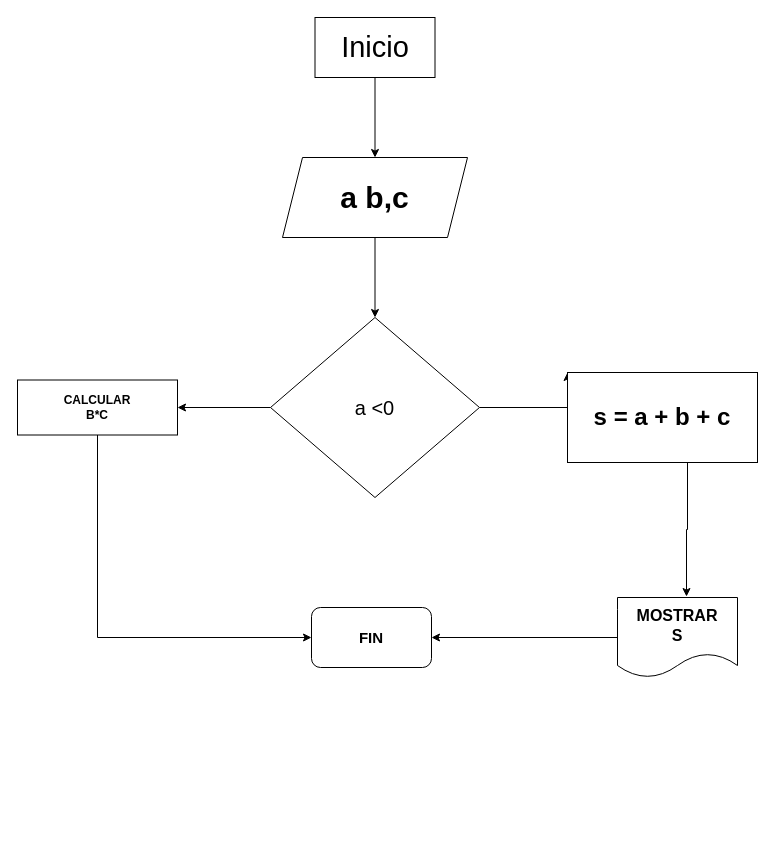
The draw.io diagram Untitled Diagram.drawio in Mateozzzz/Flowcharts-sena-, before the edit. Source tidied: cells renumbered, new cells numbered last; positions are measured from the earlier drawing's top-left corner, leaving out a move shared by most shapes. Both pictures are drawn from the tidied source at 100%, with x=0, y=0 at pixel (17, 17).
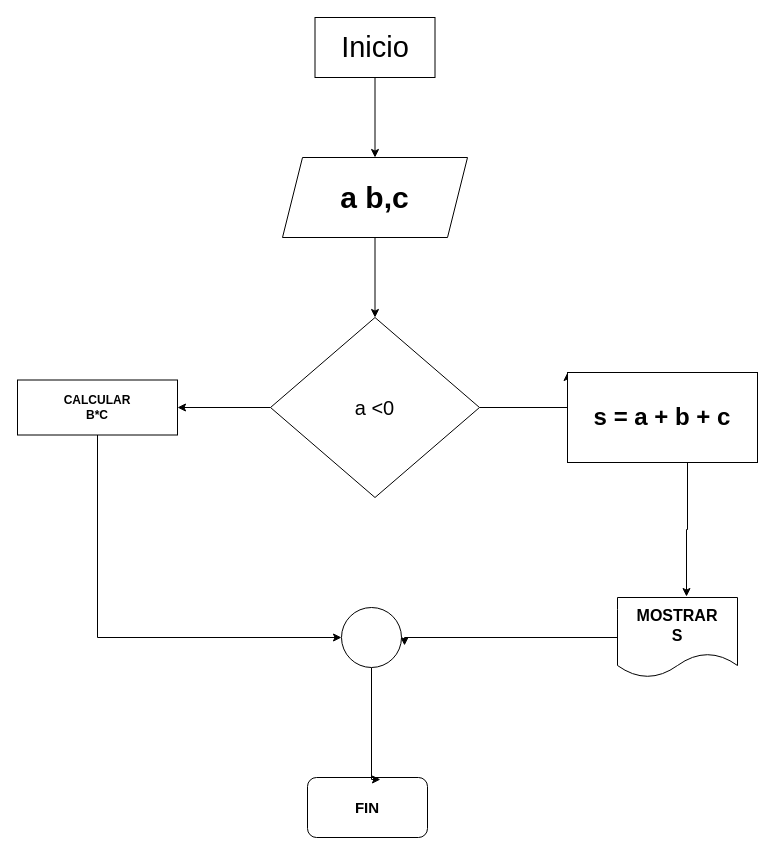
After the change.

Unchanged cells that the change refers to:
```xml
<mxCell id="12" value="&lt;div&gt;&lt;b&gt;CALCULAR&lt;/b&gt;&lt;/div&gt;&lt;div&gt;&lt;b&gt;B*C&lt;br&gt;&lt;/b&gt;&lt;/div&gt;" style="whiteSpace=wrap;html=1;rounded=0;" parent="1" vertex="1">
  <mxGeometry y="362.5" width="160" height="55" as="geometry" />
</mxCell>
<mxCell id="15" value="&lt;div style=&quot;font-size: 16px;&quot;&gt;&lt;font style=&quot;font-size: 16px;&quot;&gt;&lt;b&gt;MOSTRAR &lt;br&gt;&lt;/b&gt;&lt;/font&gt;&lt;/div&gt;&lt;div style=&quot;font-size: 16px;&quot;&gt;&lt;font style=&quot;font-size: 16px;&quot;&gt;&lt;b&gt;&lt;font style=&quot;font-size: 16px;&quot;&gt;S&lt;/font&gt;&lt;br&gt;&lt;/b&gt;&lt;/font&gt;&lt;/div&gt;" style="shape=document;whiteSpace=wrap;html=1;boundedLbl=1;" parent="1" vertex="1">
  <mxGeometry x="600" y="580" width="120" height="80" as="geometry" />
</mxCell>
```

Change to the diagram source:
```diff
@@
-    <mxCell id="11" style="edgeStyle=orthogonalEdgeStyle;rounded=0;jettySize=auto;html=1;entryX=0;entryY=0.5;entryDx=0;entryDy=0;exitX=0.5;exitY=1;exitDx=0;exitDy=0;" parent="1" edge="1" source="12" target="13">
+    <mxCell id="11" style="edgeStyle=orthogonalEdgeStyle;rounded=0;jettySize=auto;html=1;entryX=0;entryY=0.5;entryDx=0;entryDy=0;exitX=0.5;exitY=1;exitDx=0;exitDy=0;entryPerimeter=0;" parent="1" edge="1" source="12" target="17">
       <mxGeometry relative="1" as="geometry" />
     </mxCell>
@@
     <mxCell id="13" value="&lt;b&gt;&lt;font style=&quot;font-size: 15px;&quot;&gt;FIN&lt;/font&gt;&lt;/b&gt;" style="rounded=1;whiteSpace=wrap;html=1;" parent="1" vertex="1">
-      <mxGeometry x="294" y="590" width="120" height="60" as="geometry" />
+      <mxGeometry x="290" y="760" width="120" height="60" as="geometry" />
     </mxCell>
-    <mxCell id="14" style="edgeStyle=orthogonalEdgeStyle;rounded=0;jettySize=auto;html=1;entryX=1;entryY=0.5;entryDx=0;entryDy=0;" parent="1" edge="1" source="15" target="13">
-      <mxGeometry relative="1" as="geometry" />
+    <mxCell id="14" style="edgeStyle=orthogonalEdgeStyle;rounded=0;jettySize=auto;html=1;entryX=1.05;entryY=0.633;entryDx=0;entryDy=0;entryPerimeter=0;" parent="1" edge="1" source="15" target="17">
+      <mxGeometry relative="1" as="geometry">
+        <Array as="points">
+          <mxPoint x="387" y="620" />
+        </Array>
+      </mxGeometry>
     </mxCell>
@@
+    <mxCell id="16" style="edgeStyle=orthogonalEdgeStyle;rounded=0;jettySize=auto;html=1;entryX=0.608;entryY=0.033;entryDx=0;entryDy=0;entryPerimeter=0;" parent="1" edge="1" source="17" target="13">
+      <mxGeometry relative="1" as="geometry">
+        <Array as="points">
+          <mxPoint x="354" y="762" />
+        </Array>
+      </mxGeometry>
+    </mxCell>
+    <mxCell id="17" style="verticalLabelPosition=bottom;verticalAlign=top;html=1;shape=mxgraph.flowchart.on-page_reference;" parent="1" vertex="1">
+      <mxGeometry x="324" y="590" width="60" height="60" as="geometry" />
+    </mxCell>
```
